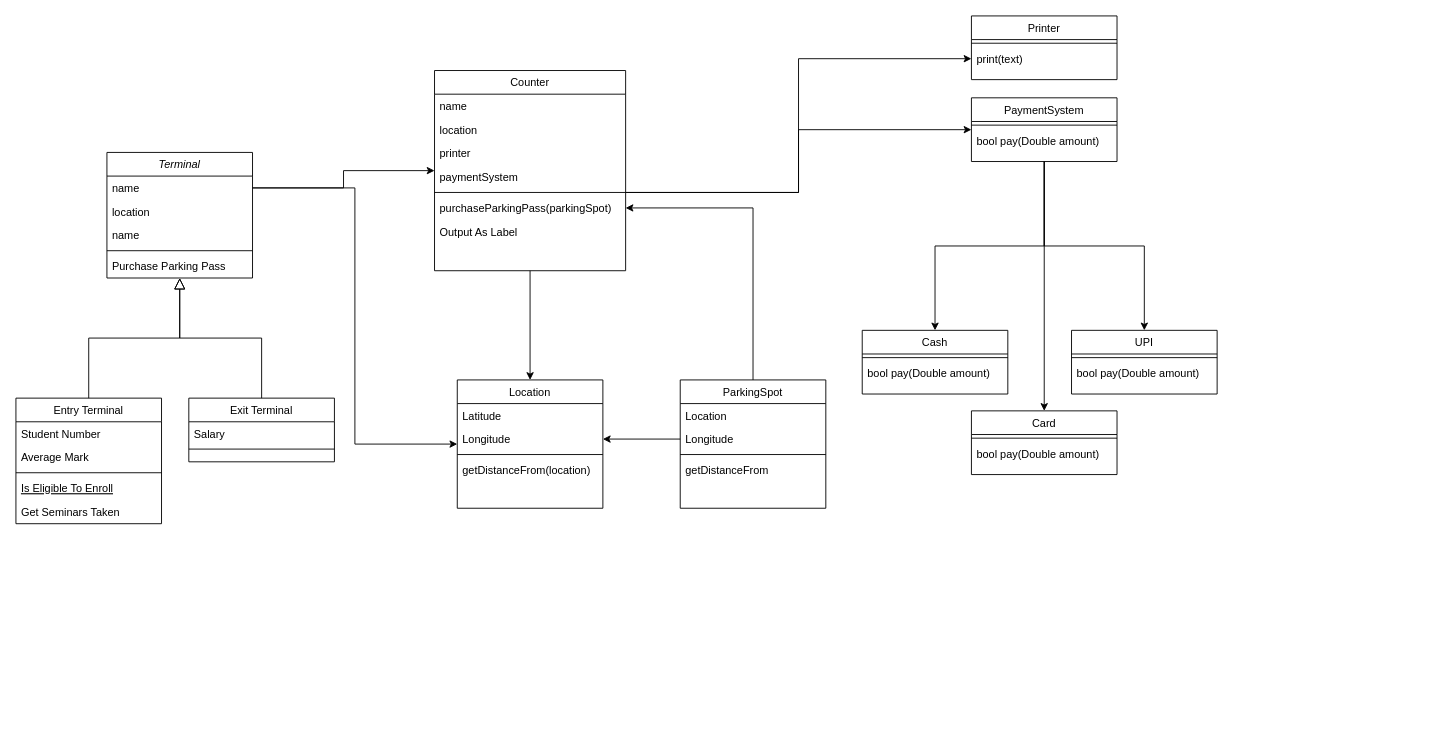
Arpitpandey992/Parking-Lot-Low-Level-Design keeps this draw.io diagram as page "Page-2" (2 of 2) of Diagrams.drawio. Above is the earlier version. Source tidied: cells renumbered, new cells numbered last; positions are measured from the earlier drawing's top-left corner, leaving out a move shared by most shapes. Both pictures are drawn from the tidied source at 91%, with x=0, y=0 at pixel (15, 15).
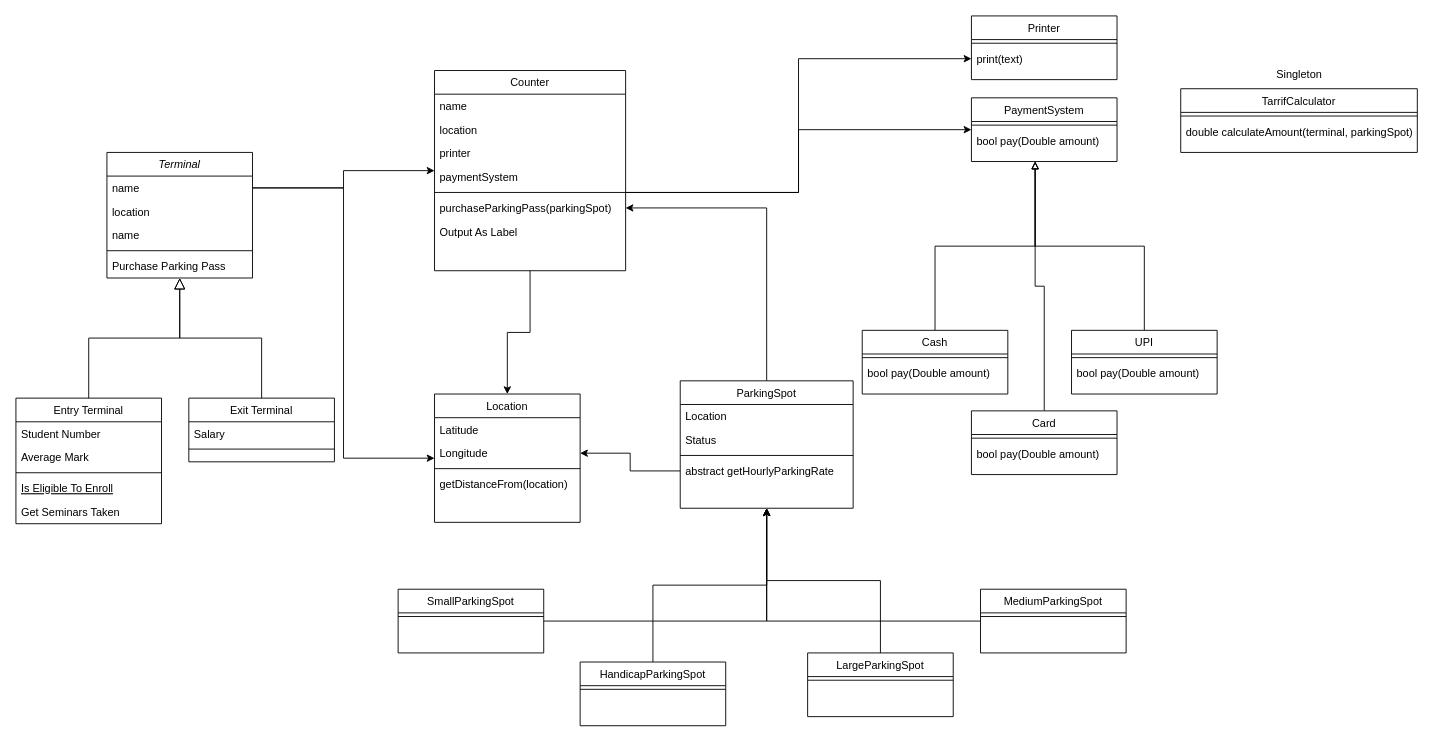
After the change.

Commit message (it also covers changes not shown here):
feat: changes in diagram, add parkingSpot and other classes

Unchanged cells that the change refers to:
```xml
<mxCell id="21" value="Longitude" style="text;align=left;verticalAlign=top;spacingLeft=4;spacingRight=4;overflow=hidden;points=[[0,0.5],[1,0.5]];portConstraint=eastwest;" parent="19" vertex="1">
  <mxGeometry y="52" width="160" height="26" as="geometry" />
</mxCell>
<mxCell id="42" value="PaymentSystem" style="swimlane;fontStyle=0;align=center;verticalAlign=top;horizontal=1;startSize=26;rounded=0;shadow=0;strokeWidth=1;" parent="1" vertex="1">
  <mxGeometry x="1050" y="90" width="160" height="70" as="geometry" />
</mxCell>
<mxCell id="46" value="Cash" style="swimlane;fontStyle=0;align=center;verticalAlign=top;horizontal=1;startSize=26;rounded=0;shadow=0;strokeWidth=1;" parent="1" vertex="1">
  <mxGeometry x="930" y="345.5" width="160" height="70" as="geometry" />
</mxCell>
<mxCell id="49" value="UPI" style="swimlane;fontStyle=0;align=center;verticalAlign=top;horizontal=1;startSize=26;rounded=0;shadow=0;strokeWidth=1;" parent="1" vertex="1">
  <mxGeometry x="1160" y="345.5" width="160" height="70" as="geometry" />
</mxCell>
<mxCell id="52" value="Card" style="swimlane;fontStyle=0;align=center;verticalAlign=top;horizontal=1;startSize=26;rounded=0;shadow=0;strokeWidth=1;" parent="1" vertex="1">
  <mxGeometry x="1050" y="434" width="160" height="70" as="geometry" />
</mxCell>
```

What changed in the source:
```diff
@@
     <mxCell id="19" value="Location" style="swimlane;fontStyle=0;align=center;verticalAlign=top;horizontal=1;startSize=26;rounded=0;shadow=0;strokeWidth=1;" parent="1" vertex="1">
-      <mxGeometry x="485" y="400" width="160" height="141" as="geometry" />
+      <mxGeometry x="460" y="415.5" width="160" height="141" as="geometry" />
     </mxCell>
@@
-    <mxCell id="39" style="edgeStyle=orthogonalEdgeStyle;rounded=0;jettySize=auto;html=1;entryX=0.5;entryY=0;entryDx=0;entryDy=0;flowAnimation=0;" parent="1" edge="1" source="42" target="46">
-      <mxGeometry relative="1" as="geometry" />
-    </mxCell>
-    <mxCell id="40" style="edgeStyle=orthogonalEdgeStyle;rounded=0;jettySize=auto;html=1;entryX=0.5;entryY=0;entryDx=0;entryDy=0;" parent="1" edge="1" source="42" target="49">
-      <mxGeometry relative="1" as="geometry" />
-    </mxCell>
-    <mxCell id="41" style="edgeStyle=orthogonalEdgeStyle;rounded=0;jettySize=auto;html=1;fontFamily=Helvetica;fontSize=12;fontColor=default;fontStyle=0;" parent="1" edge="1" source="42" target="52">
-      <mxGeometry relative="1" as="geometry" />
-    </mxCell>
@@
+    <mxCell id="62" style="rounded=0;jettySize=auto;html=1;endArrow=block;endFill=0;edgeStyle=elbowEdgeStyle;elbow=vertical;" parent="1" edge="1" source="46">
+      <mxGeometry relative="1" as="geometry">
+        <mxPoint x="1120" y="160" as="targetPoint" />
+      </mxGeometry>
+    </mxCell>
@@
+    <mxCell id="63" style="rounded=0;jettySize=auto;html=1;endArrow=block;endFill=0;edgeStyle=elbowEdgeStyle;elbow=vertical;" parent="1" edge="1" source="49">
+      <mxGeometry relative="1" as="geometry">
+        <mxPoint x="1120" y="160" as="targetPoint" />
+      </mxGeometry>
+    </mxCell>
@@
+    <mxCell id="64" style="rounded=0;jettySize=auto;html=1;endArrow=block;endFill=0;edgeStyle=elbowEdgeStyle;elbow=vertical;" parent="1" edge="1" source="52">
+      <mxGeometry relative="1" as="geometry">
+        <mxPoint x="1120" y="160" as="targetPoint" />
+      </mxGeometry>
+    </mxCell>
@@
     <mxCell id="56" value="ParkingSpot" style="swimlane;fontStyle=0;align=center;verticalAlign=top;horizontal=1;startSize=26;rounded=0;shadow=0;strokeWidth=1;" parent="1" vertex="1">
-      <mxGeometry x="730" y="400" width="160" height="141" as="geometry" />
+      <mxGeometry x="730" y="401" width="190" height="140" as="geometry" />
     </mxCell>
     <mxCell id="57" value="Location" style="text;align=left;verticalAlign=top;spacingLeft=4;spacingRight=4;overflow=hidden;" parent="56" vertex="1">
-      <mxGeometry y="26" width="160" height="26" as="geometry" />
+      <mxGeometry y="26" width="190" height="26" as="geometry" />
     </mxCell>
-    <mxCell id="58" value="Longitude" style="text;align=left;verticalAlign=top;spacingLeft=4;spacingRight=4;overflow=hidden;points=[[0,0.5],[1,0.5]];portConstraint=eastwest;" parent="56" vertex="1">
-      <mxGeometry y="52" width="160" height="26" as="geometry" />
-    </mxCell>
+    <mxCell id="65" value="Status" style="text;align=left;verticalAlign=top;spacingLeft=4;spacingRight=4;overflow=hidden;" parent="56" vertex="1">
+      <mxGeometry y="52" width="190" height="26" as="geometry" />
+    </mxCell>
     <mxCell id="59" style="line;html=1;strokeWidth=1;align=left;verticalAlign=middle;spacingTop=-1;spacingLeft=3;spacingRight=3;labelPosition=right;" parent="56" vertex="1">
-      <mxGeometry y="78" width="160" height="8" as="geometry" />
+      <mxGeometry y="78" width="190" height="8" as="geometry" />
     </mxCell>
-    <mxCell id="60" value="getDistanceFrom" style="text;align=left;verticalAlign=top;spacingLeft=4;spacingRight=4;overflow=hidden;" parent="56" vertex="1">
-      <mxGeometry y="86" width="160" height="26" as="geometry" />
-    </mxCell>
+    <mxCell id="66" value="abstract getHourlyParkingRate" style="text;align=left;verticalAlign=top;spacingLeft=4;spacingRight=4;overflow=hidden;points=[[0,0.5],[1,0.5]];portConstraint=eastwest;" parent="56" vertex="1">
+      <mxGeometry y="86" width="190" height="26" as="geometry" />
+    </mxCell>
-    <mxCell id="61" style="edgeStyle=orthogonalEdgeStyle;rounded=0;jettySize=auto;html=1;entryX=1;entryY=0.5;entryDx=0;entryDy=0;fontFamily=Helvetica;fontSize=12;fontColor=default;fontStyle=0;" parent="1" edge="1" source="58" target="21">
+    <mxCell id="61" style="edgeStyle=orthogonalEdgeStyle;rounded=0;jettySize=auto;html=1;entryX=1;entryY=0.5;entryDx=0;entryDy=0;fontFamily=Helvetica;fontSize=12;fontColor=default;fontStyle=0;exitX=0;exitY=0.5;exitDx=0;exitDy=0;" parent="1" edge="1" source="66" target="21">
       <mxGeometry relative="1" as="geometry" />
     </mxCell>
+    <mxCell id="67" style="edgeStyle=orthogonalEdgeStyle;rounded=0;jettySize=auto;html=1;entryX=0.5;entryY=1;entryDx=0;entryDy=0;" parent="1" edge="1" source="68" target="56">
+      <mxGeometry relative="1" as="geometry" />
+    </mxCell>
+    <mxCell id="68" value="SmallParkingSpot" style="swimlane;fontStyle=0;align=center;verticalAlign=top;horizontal=1;startSize=26;rounded=0;shadow=0;strokeWidth=1;" parent="1" vertex="1">
+      <mxGeometry x="420" y="630" width="160" height="70" as="geometry" />
+    </mxCell>
+    <mxCell id="69" style="line;html=1;strokeWidth=1;align=left;verticalAlign=middle;spacingTop=-1;spacingLeft=3;spacingRight=3;labelPosition=right;" parent="68" vertex="1">
+      <mxGeometry y="26" width="160" height="8" as="geometry" />
+    </mxCell>
+    <mxCell id="70" style="edgeStyle=orthogonalEdgeStyle;rounded=0;jettySize=auto;html=1;entryX=0.5;entryY=1;entryDx=0;entryDy=0;" parent="1" edge="1" source="71" target="56">
+      <mxGeometry relative="1" as="geometry" />
+    </mxCell>
+    <mxCell id="71" value="HandicapParkingSpot" style="swimlane;fontStyle=0;align=center;verticalAlign=top;horizontal=1;startSize=26;rounded=0;shadow=0;strokeWidth=1;" parent="1" vertex="1">
+      <mxGeometry x="620" y="710" width="160" height="70" as="geometry" />
+    </mxCell>
+    <mxCell id="72" style="line;html=1;strokeWidth=1;align=left;verticalAlign=middle;spacingTop=-1;spacingLeft=3;spacingRight=3;labelPosition=right;" parent="71" vertex="1">
+      <mxGeometry y="26" width="160" height="8" as="geometry" />
+    </mxCell>
+    <mxCell id="73" style="edgeStyle=orthogonalEdgeStyle;rounded=0;jettySize=auto;html=1;entryX=0.5;entryY=1;entryDx=0;entryDy=0;" parent="1" edge="1" source="74" target="56">
+      <mxGeometry relative="1" as="geometry" />
+    </mxCell>
+    <mxCell id="74" value="LargeParkingSpot" style="swimlane;fontStyle=0;align=center;verticalAlign=top;horizontal=1;startSize=26;rounded=0;shadow=0;strokeWidth=1;" parent="1" vertex="1">
+      <mxGeometry x="870" y="700" width="160" height="70" as="geometry" />
+    </mxCell>
+    <mxCell id="75" style="line;html=1;strokeWidth=1;align=left;verticalAlign=middle;spacingTop=-1;spacingLeft=3;spacingRight=3;labelPosition=right;" parent="74" vertex="1">
+      <mxGeometry y="26" width="160" height="8" as="geometry" />
+    </mxCell>
+    <mxCell id="76" style="edgeStyle=orthogonalEdgeStyle;rounded=0;jettySize=auto;html=1;entryX=0.5;entryY=1;entryDx=0;entryDy=0;" parent="1" edge="1" source="77" target="56">
+      <mxGeometry relative="1" as="geometry" />
+    </mxCell>
+    <mxCell id="77" value="MediumParkingSpot" style="swimlane;fontStyle=0;align=center;verticalAlign=top;horizontal=1;startSize=26;rounded=0;shadow=0;strokeWidth=1;" parent="1" vertex="1">
+      <mxGeometry x="1060" y="630" width="160" height="70" as="geometry" />
+    </mxCell>
+    <mxCell id="78" style="line;html=1;strokeWidth=1;align=left;verticalAlign=middle;spacingTop=-1;spacingLeft=3;spacingRight=3;labelPosition=right;" parent="77" vertex="1">
+      <mxGeometry y="26" width="160" height="8" as="geometry" />
+    </mxCell>
+    <mxCell id="79" style="group;" parent="1" vertex="1">
+      <mxGeometry x="1280" y="50" width="260" height="100" as="geometry" />
+    </mxCell>
+    <mxCell id="80" value="TarrifCalculator" style="swimlane;fontStyle=0;align=center;verticalAlign=top;horizontal=1;startSize=26;rounded=0;shadow=0;strokeWidth=1;" parent="79" vertex="1">
+      <mxGeometry y="30" width="260" height="70" as="geometry" />
+    </mxCell>
+    <mxCell id="81" style="line;html=1;strokeWidth=1;align=left;verticalAlign=middle;spacingTop=-1;spacingLeft=3;spacingRight=3;labelPosition=right;" parent="80" vertex="1">
+      <mxGeometry y="26" width="260" height="8" as="geometry" />
+    </mxCell>
+    <mxCell id="82" value="double calculateAmount(terminal, parkingSpot)" style="text;align=left;verticalAlign=top;spacingLeft=4;spacingRight=4;overflow=hidden;" parent="80" vertex="1">
+      <mxGeometry y="34" width="260" height="26" as="geometry" />
+    </mxCell>
+    <mxCell id="83" value="Singleton" style="text;html=1;align=center;verticalAlign=middle;strokeColor=none;fillColor=none;" parent="79" vertex="1">
+      <mxGeometry x="95" width="70" height="30" as="geometry" />
+    </mxCell>
```
